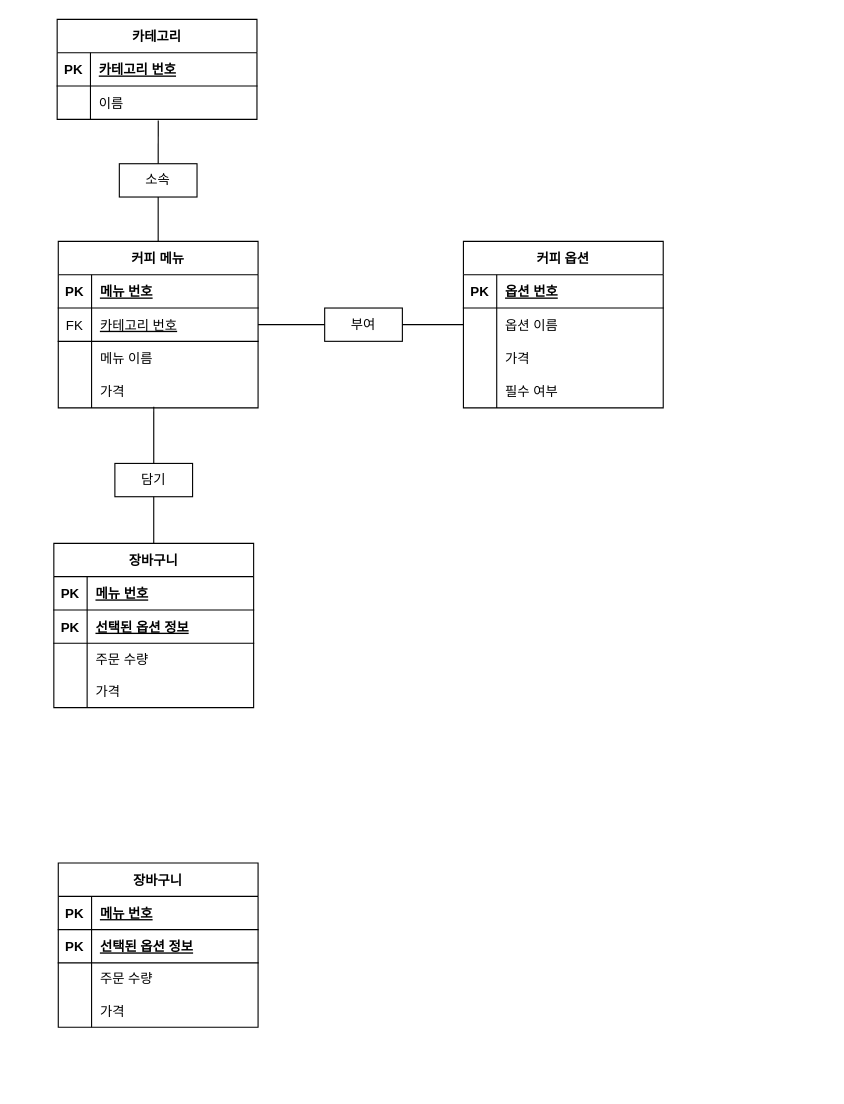
This is physical_ERD.drawio from jdohun/22-1Database, a draw.io file, before an edit. Source tidied: cells renumbered, new cells numbered last; positions are measured from the earlier drawing's top-left corner, leaving out a move shared by most shapes. Both pictures are drawn from the tidied source at 111%, with x=0, y=0 at pixel (53, 19).
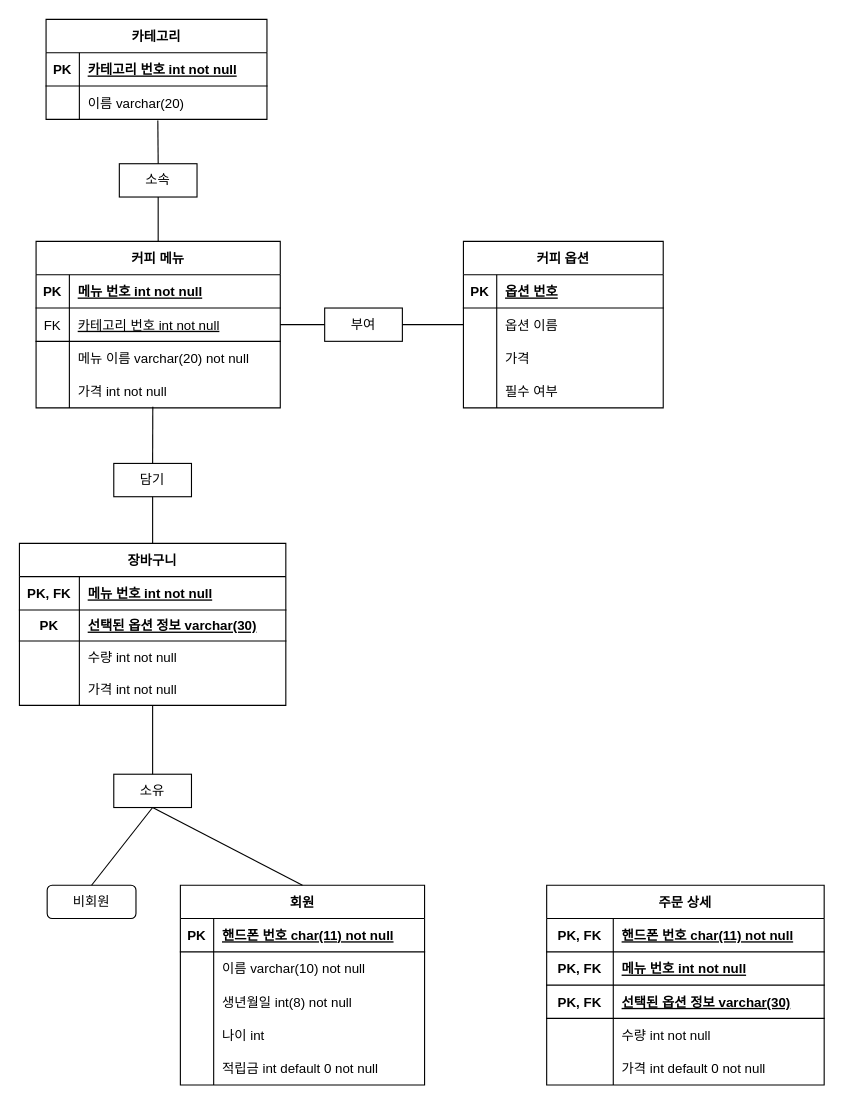
Above is the later version.

Diff of the diagram source:
```diff
@@
     <mxCell id="2" value="카테고리" style="shape=table;startSize=30;childLayout=tableLayout;rowLines=0;fontStyle=1;align=center;" parent="1" vertex="1">
-      <mxGeometry x="3" width="180" height="90" as="geometry" />
+      <mxGeometry x="-7" width="199" height="90" as="geometry" />
     </mxCell>
     <mxCell id="3" style="shape=tableRow;horizontal=0;startSize=0;swimlaneHead=0;swimlaneBody=0;fillColor=none;top=0;left=0;right=0;bottom=1;" parent="2" vertex="1">
-      <mxGeometry y="30" width="180" height="30" as="geometry" />
+      <mxGeometry y="30" width="199" height="30" as="geometry" />
     </mxCell>
@@
-    <mxCell id="5" value="카테고리 번호" style="shape=partialRectangle;fillColor=none;top=0;left=0;bottom=0;right=0;align=left;spacingLeft=6;fontStyle=5;overflow=hidden;" parent="3" vertex="1">
-      <mxGeometry x="30" width="150" height="30" as="geometry" />
+    <mxCell id="5" value="카테고리 번호 int not null" style="shape=partialRectangle;fillColor=none;top=0;left=0;bottom=0;right=0;align=left;spacingLeft=6;fontStyle=5;overflow=hidden;" parent="3" vertex="1">
+      <mxGeometry x="30" width="169" height="30" as="geometry" />
     </mxCell>
     <mxCell id="6" style="shape=tableRow;horizontal=0;startSize=0;swimlaneHead=0;swimlaneBody=0;fillColor=none;points=[[0,0.5],[1,0.5]];portConstraint=eastwest;top=0;left=0;right=0;bottom=0;" parent="2" vertex="1">
-      <mxGeometry y="60" width="180" height="30" as="geometry" />
+      <mxGeometry y="60" width="199" height="30" as="geometry" />
     </mxCell>
@@
-    <mxCell id="8" value="이름" style="shape=partialRectangle;fillColor=none;top=0;left=0;bottom=0;right=0;align=left;spacingLeft=6;overflow=hidden;" parent="6" vertex="1">
-      <mxGeometry x="30" width="150" height="30" as="geometry" />
+    <mxCell id="8" value="이름 varchar(20)" style="shape=partialRectangle;fillColor=none;top=0;left=0;bottom=0;right=0;align=left;spacingLeft=6;overflow=hidden;" parent="6" vertex="1">
+      <mxGeometry x="30" width="169" height="30" as="geometry" />
     </mxCell>
     <mxCell id="9" value="커피 메뉴" style="shape=table;startSize=30;childLayout=tableLayout;rowLines=0;fontStyle=1;align=center;" parent="1" vertex="1">
-      <mxGeometry x="4" y="200" width="180" height="150" as="geometry" />
+      <mxGeometry x="-16" y="200" width="220" height="150" as="geometry" />
     </mxCell>
     <mxCell id="10" style="shape=tableRow;horizontal=0;startSize=0;swimlaneHead=0;swimlaneBody=0;fillColor=none;top=0;left=0;right=0;bottom=1;" parent="9" vertex="1">
-      <mxGeometry y="30" width="180" height="30" as="geometry" />
+      <mxGeometry y="30" width="220" height="30" as="geometry" />
     </mxCell>
@@
-    <mxCell id="12" value="메뉴 번호" style="shape=partialRectangle;fillColor=none;top=0;left=0;bottom=0;right=0;align=left;spacingLeft=6;fontStyle=5;overflow=hidden;" parent="10" vertex="1">
-      <mxGeometry x="30" width="150" height="30" as="geometry" />
+    <mxCell id="12" value="메뉴 번호 int not null" style="shape=partialRectangle;fillColor=none;top=0;left=0;bottom=0;right=0;align=left;spacingLeft=6;fontStyle=5;overflow=hidden;" parent="10" vertex="1">
+      <mxGeometry x="30" width="190" height="30" as="geometry" />
     </mxCell>
     <mxCell id="13" style="shape=tableRow;horizontal=0;startSize=0;swimlaneHead=0;swimlaneBody=0;fillColor=none;points=[[0,0.5],[1,0.5]];portConstraint=eastwest;top=0;left=0;right=0;bottom=1;" parent="9" vertex="1">
-      <mxGeometry y="60" width="180" height="30" as="geometry" />
+      <mxGeometry y="60" width="220" height="30" as="geometry" />
     </mxCell>
@@
-    <mxCell id="15" value="카테고리 번호" style="shape=partialRectangle;fillColor=none;top=0;left=0;bottom=0;right=0;align=left;spacingLeft=6;fontStyle=4;overflow=hidden;" parent="13" vertex="1">
-      <mxGeometry x="30" width="150" height="30" as="geometry" />
+    <mxCell id="15" value="카테고리 번호 int not null" style="shape=partialRectangle;fillColor=none;top=0;left=0;bottom=0;right=0;align=left;spacingLeft=6;fontStyle=4;overflow=hidden;" parent="13" vertex="1">
+      <mxGeometry x="30" width="190" height="30" as="geometry" />
     </mxCell>
     <mxCell id="16" style="shape=tableRow;horizontal=0;startSize=0;swimlaneHead=0;swimlaneBody=0;fillColor=none;top=0;left=0;right=0;bottom=0;" parent="9" vertex="1">
-      <mxGeometry y="90" width="180" height="30" as="geometry" />
+      <mxGeometry y="90" width="220" height="30" as="geometry" />
     </mxCell>
@@
-    <mxCell id="18" value="메뉴 이름" style="shape=partialRectangle;fillColor=none;top=0;left=0;bottom=0;right=0;align=left;spacingLeft=6;overflow=hidden;" parent="16" vertex="1">
-      <mxGeometry x="30" width="150" height="30" as="geometry" />
+    <mxCell id="18" value="메뉴 이름 varchar(20) not null" style="shape=partialRectangle;fillColor=none;top=0;left=0;bottom=0;right=0;align=left;spacingLeft=6;overflow=hidden;" parent="16" vertex="1">
+      <mxGeometry x="30" width="190" height="30" as="geometry" />
     </mxCell>
     <mxCell id="19" style="shape=tableRow;horizontal=0;startSize=0;swimlaneHead=0;swimlaneBody=0;fillColor=none;points=[[0,0.5],[1,0.5]];portConstraint=eastwest;top=0;left=0;right=0;bottom=0;" parent="9" vertex="1">
-      <mxGeometry y="120" width="180" height="30" as="geometry" />
+      <mxGeometry y="120" width="220" height="30" as="geometry" />
     </mxCell>
@@
-    <mxCell id="21" value="가격" style="shape=partialRectangle;fillColor=none;top=0;left=0;bottom=0;right=0;align=left;spacingLeft=6;overflow=hidden;" parent="19" vertex="1">
-      <mxGeometry x="30" width="150" height="30" as="geometry" />
+    <mxCell id="21" value="가격 int not null" style="shape=partialRectangle;fillColor=none;top=0;left=0;bottom=0;right=0;align=left;spacingLeft=6;overflow=hidden;" parent="19" vertex="1">
+      <mxGeometry x="30" width="190" height="30" as="geometry" />
     </mxCell>
@@
     <mxCell id="38" value="장바구니" style="shape=table;startSize=30;childLayout=tableLayout;rowLines=0;fontStyle=1;align=center;" parent="1" vertex="1">
-      <mxGeometry y="472" width="180" height="148" as="geometry" />
+      <mxGeometry x="-31" y="472" width="240" height="146" as="geometry" />
     </mxCell>
     <mxCell id="39" style="shape=tableRow;horizontal=0;startSize=0;swimlaneHead=0;swimlaneBody=0;fillColor=none;top=0;left=0;right=0;bottom=1;" parent="38" vertex="1">
-      <mxGeometry y="30" width="180" height="30" as="geometry" />
+      <mxGeometry y="30" width="240" height="30" as="geometry" />
     </mxCell>
-    <mxCell id="40" value="PK" style="shape=partialRectangle;fillColor=none;top=0;left=0;bottom=0;right=0;fontStyle=1;overflow=hidden;" parent="39" vertex="1">
-      <mxGeometry width="30" height="30" as="geometry" />
+    <mxCell id="40" value="PK, FK" style="shape=partialRectangle;fillColor=none;top=0;left=0;bottom=0;right=0;fontStyle=1;overflow=hidden;" parent="39" vertex="1">
+      <mxGeometry width="54" height="30" as="geometry" />
     </mxCell>
-    <mxCell id="41" value="메뉴 번호" style="shape=partialRectangle;fillColor=none;top=0;left=0;bottom=0;right=0;align=left;spacingLeft=6;fontStyle=5;overflow=hidden;" parent="39" vertex="1">
-      <mxGeometry x="30" width="150" height="30" as="geometry" />
+    <mxCell id="41" value="메뉴 번호 int not null" style="shape=partialRectangle;fillColor=none;top=0;left=0;bottom=0;right=0;align=left;spacingLeft=6;fontStyle=5;overflow=hidden;" parent="39" vertex="1">
+      <mxGeometry x="54" width="186" height="30" as="geometry" />
     </mxCell>
     <mxCell id="42" style="shape=tableRow;horizontal=0;startSize=0;swimlaneHead=0;swimlaneBody=0;fillColor=none;top=0;left=0;right=0;bottom=1;" parent="38" vertex="1">
-      <mxGeometry y="60" width="180" height="30" as="geometry" />
+      <mxGeometry y="60" width="240" height="28" as="geometry" />
     </mxCell>
     <mxCell id="43" value="PK" style="shape=partialRectangle;fillColor=none;top=0;left=0;bottom=0;right=0;fontStyle=1;overflow=hidden;" parent="42" vertex="1">
-      <mxGeometry width="30" height="30" as="geometry" />
+      <mxGeometry width="54" height="28" as="geometry" />
     </mxCell>
-    <mxCell id="44" value="선택된 옵션 정보" style="shape=partialRectangle;fillColor=none;top=0;left=0;bottom=0;right=0;align=left;spacingLeft=6;fontStyle=5;overflow=hidden;" parent="42" vertex="1">
-      <mxGeometry x="30" width="150" height="30" as="geometry" />
+    <mxCell id="44" value="선택된 옵션 정보 varchar(30)" style="shape=partialRectangle;fillColor=none;top=0;left=0;bottom=0;right=0;align=left;spacingLeft=6;fontStyle=5;overflow=hidden;" parent="42" vertex="1">
+      <mxGeometry x="54" width="186" height="28" as="geometry" />
     </mxCell>
     <mxCell id="45" style="shape=tableRow;horizontal=0;startSize=0;swimlaneHead=0;swimlaneBody=0;fillColor=none;top=0;left=0;right=0;bottom=0;" parent="38" vertex="1">
-      <mxGeometry y="90" width="180" height="28" as="geometry" />
+      <mxGeometry y="88" width="240" height="28" as="geometry" />
     </mxCell>
     <mxCell id="46" style="shape=partialRectangle;fillColor=none;top=0;left=0;bottom=0;right=0;overflow=hidden;" parent="45" vertex="1">
-      <mxGeometry width="30" height="28" as="geometry" />
+      <mxGeometry width="54" height="28" as="geometry" />
     </mxCell>
-    <mxCell id="47" value="주문 수량" style="shape=partialRectangle;fillColor=none;top=0;left=0;bottom=0;right=0;align=left;spacingLeft=6;overflow=hidden;" parent="45" vertex="1">
-      <mxGeometry x="30" width="150" height="28" as="geometry" />
+    <mxCell id="47" value="수량 int not null" style="shape=partialRectangle;fillColor=none;top=0;left=0;bottom=0;right=0;align=left;spacingLeft=6;overflow=hidden;" parent="45" vertex="1">
+      <mxGeometry x="54" width="186" height="28" as="geometry" />
     </mxCell>
     <mxCell id="48" style="shape=tableRow;horizontal=0;startSize=0;swimlaneHead=0;swimlaneBody=0;fillColor=none;points=[[0,0.5],[1,0.5]];portConstraint=eastwest;top=0;left=0;right=0;bottom=0;" parent="38" vertex="1">
-      <mxGeometry y="118" width="180" height="30" as="geometry" />
+      <mxGeometry y="116" width="240" height="30" as="geometry" />
     </mxCell>
     <mxCell id="49" style="shape=partialRectangle;fillColor=none;top=0;left=0;bottom=0;right=0;overflow=hidden;" parent="48" vertex="1">
-      <mxGeometry width="30" height="30" as="geometry" />
+      <mxGeometry width="54" height="30" as="geometry" />
     </mxCell>
-    <mxCell id="50" value="가격" style="shape=partialRectangle;fillColor=none;top=0;left=0;bottom=0;right=0;align=left;spacingLeft=6;overflow=hidden;" parent="48" vertex="1">
-      <mxGeometry x="30" width="150" height="30" as="geometry" />
+    <mxCell id="50" value="가격 int not null" style="shape=partialRectangle;fillColor=none;top=0;left=0;bottom=0;right=0;align=left;spacingLeft=6;overflow=hidden;" parent="48" vertex="1">
+      <mxGeometry x="54" width="186" height="30" as="geometry" />
     </mxCell>
     <mxCell id="51" value="담기" style="rounded=0;whiteSpace=wrap;html=1;" parent="1" vertex="1">
-      <mxGeometry x="55" y="400" width="70" height="30" as="geometry" />
+      <mxGeometry x="54" y="400" width="70" height="30" as="geometry" />
     </mxCell>
@@
-    <mxCell id="57" value="장바구니" style="shape=table;startSize=30;childLayout=tableLayout;rowLines=0;fontStyle=1;align=center;" parent="1" vertex="1">
-      <mxGeometry x="4" y="760" width="180" height="148" as="geometry" />
-    </mxCell>
-    <mxCell id="58" style="shape=tableRow;horizontal=0;startSize=0;swimlaneHead=0;swimlaneBody=0;fillColor=none;top=0;left=0;right=0;bottom=1;" parent="57" vertex="1">
-      <mxGeometry y="30" width="180" height="30" as="geometry" />
-    </mxCell>
-    <mxCell id="59" value="PK" style="shape=partialRectangle;fillColor=none;top=0;left=0;bottom=0;right=0;fontStyle=1;overflow=hidden;" parent="58" vertex="1">
-      <mxGeometry width="30" height="30" as="geometry" />
-    </mxCell>
-    <mxCell id="60" value="메뉴 번호" style="shape=partialRectangle;fillColor=none;top=0;left=0;bottom=0;right=0;align=left;spacingLeft=6;fontStyle=5;overflow=hidden;" parent="58" vertex="1">
-      <mxGeometry x="30" width="150" height="30" as="geometry" />
-    </mxCell>
-    <mxCell id="61" style="shape=tableRow;horizontal=0;startSize=0;swimlaneHead=0;swimlaneBody=0;fillColor=none;top=0;left=0;right=0;bottom=1;" parent="57" vertex="1">
-      <mxGeometry y="60" width="180" height="30" as="geometry" />
-    </mxCell>
-    <mxCell id="62" value="PK" style="shape=partialRectangle;fillColor=none;top=0;left=0;bottom=0;right=0;fontStyle=1;overflow=hidden;" parent="61" vertex="1">
-      <mxGeometry width="30" height="30" as="geometry" />
-    </mxCell>
-    <mxCell id="63" value="선택된 옵션 정보" style="shape=partialRectangle;fillColor=none;top=0;left=0;bottom=0;right=0;align=left;spacingLeft=6;fontStyle=5;overflow=hidden;" parent="61" vertex="1">
-      <mxGeometry x="30" width="150" height="30" as="geometry" />
-    </mxCell>
-    <mxCell id="64" style="shape=tableRow;horizontal=0;startSize=0;swimlaneHead=0;swimlaneBody=0;fillColor=none;top=0;left=0;right=0;bottom=0;" parent="57" vertex="1">
-      <mxGeometry y="90" width="180" height="28" as="geometry" />
-    </mxCell>
-    <mxCell id="65" style="shape=partialRectangle;fillColor=none;top=0;left=0;bottom=0;right=0;overflow=hidden;" parent="64" vertex="1">
-      <mxGeometry width="30" height="28" as="geometry" />
-    </mxCell>
-    <mxCell id="66" value="주문 수량" style="shape=partialRectangle;fillColor=none;top=0;left=0;bottom=0;right=0;align=left;spacingLeft=6;overflow=hidden;" parent="64" vertex="1">
-      <mxGeometry x="30" width="150" height="28" as="geometry" />
-    </mxCell>
-    <mxCell id="67" style="shape=tableRow;horizontal=0;startSize=0;swimlaneHead=0;swimlaneBody=0;fillColor=none;top=0;left=0;right=0;bottom=0;" parent="57" vertex="1">
-      <mxGeometry y="118" width="180" height="30" as="geometry" />
-    </mxCell>
-    <mxCell id="68" style="shape=partialRectangle;fillColor=none;top=0;left=0;bottom=0;right=0;overflow=hidden;" parent="67" vertex="1">
-      <mxGeometry width="30" height="30" as="geometry" />
-    </mxCell>
-    <mxCell id="69" value="가격" style="shape=partialRectangle;fillColor=none;top=0;left=0;bottom=0;right=0;align=left;spacingLeft=6;overflow=hidden;" parent="67" vertex="1">
-      <mxGeometry x="30" width="150" height="30" as="geometry" />
-    </mxCell>
+    <mxCell id="70" value="소유" style="rounded=0;whiteSpace=wrap;html=1;" parent="1" vertex="1">
+      <mxGeometry x="54" y="680" width="70" height="30" as="geometry" />
+    </mxCell>
+    <mxCell id="71" value="비회원" style="rounded=1;whiteSpace=wrap;html=1;" parent="1" vertex="1">
+      <mxGeometry x="-6" y="780" width="80" height="30" as="geometry" />
+    </mxCell>
+    <mxCell id="72" style="endArrow=none;html=1;rounded=0;exitX=0.5;exitY=0;exitDx=0;exitDy=0;entryX=0.5;entryY=1;entryDx=0;entryDy=0;entryPerimeter=0;" parent="1" edge="1" source="70" target="48">
+      <mxGeometry relative="1" as="geometry" />
+    </mxCell>
+    <mxCell id="73" value="회원" style="shape=table;startSize=30;childLayout=tableLayout;rowLines=0;fontStyle=1;align=center;" parent="1" vertex="1">
+      <mxGeometry x="114" y="780" width="220" height="180" as="geometry" />
+    </mxCell>
+    <mxCell id="74" style="shape=tableRow;horizontal=0;startSize=0;swimlaneHead=0;swimlaneBody=0;fillColor=none;top=0;left=0;right=0;bottom=1;" parent="73" vertex="1">
+      <mxGeometry y="30" width="220" height="30" as="geometry" />
+    </mxCell>
+    <mxCell id="75" value="PK" style="shape=partialRectangle;fillColor=none;top=0;left=0;bottom=0;right=0;fontStyle=1;overflow=hidden;" parent="74" vertex="1">
+      <mxGeometry width="30" height="30" as="geometry" />
+    </mxCell>
+    <mxCell id="76" value="핸드폰 번호 char(11) not null" style="shape=partialRectangle;fillColor=none;top=0;left=0;bottom=0;right=0;align=left;spacingLeft=6;fontStyle=5;overflow=hidden;" parent="74" vertex="1">
+      <mxGeometry x="30" width="190" height="30" as="geometry" />
+    </mxCell>
+    <mxCell id="77" style="shape=tableRow;horizontal=0;startSize=0;swimlaneHead=0;swimlaneBody=0;fillColor=none;top=0;left=0;right=0;bottom=0;" parent="73" vertex="1">
+      <mxGeometry y="60" width="220" height="30" as="geometry" />
+    </mxCell>
+    <mxCell id="78" style="shape=partialRectangle;fillColor=none;top=0;left=0;bottom=0;right=0;overflow=hidden;" parent="77" vertex="1">
+      <mxGeometry width="30" height="30" as="geometry" />
+    </mxCell>
+    <mxCell id="79" value="이름 varchar(10) not null" style="shape=partialRectangle;fillColor=none;top=0;left=0;bottom=0;right=0;align=left;spacingLeft=6;overflow=hidden;" parent="77" vertex="1">
+      <mxGeometry x="30" width="190" height="30" as="geometry" />
+    </mxCell>
+    <mxCell id="80" style="shape=tableRow;horizontal=0;startSize=0;swimlaneHead=0;swimlaneBody=0;fillColor=none;top=0;left=0;right=0;bottom=0;" parent="73" vertex="1">
+      <mxGeometry y="90" width="220" height="30" as="geometry" />
+    </mxCell>
+    <mxCell id="81" style="shape=partialRectangle;fillColor=none;top=0;left=0;bottom=0;right=0;overflow=hidden;" parent="80" vertex="1">
+      <mxGeometry width="30" height="30" as="geometry" />
+    </mxCell>
+    <mxCell id="82" value="생년월일 int(8) not null" style="shape=partialRectangle;fillColor=none;top=0;left=0;bottom=0;right=0;align=left;spacingLeft=6;overflow=hidden;" parent="80" vertex="1">
+      <mxGeometry x="30" width="190" height="30" as="geometry" />
+    </mxCell>
+    <mxCell id="83" style="shape=tableRow;horizontal=0;startSize=0;swimlaneHead=0;swimlaneBody=0;fillColor=none;top=0;left=0;right=0;bottom=0;" parent="73" vertex="1">
+      <mxGeometry y="120" width="220" height="30" as="geometry" />
+    </mxCell>
+    <mxCell id="84" style="shape=partialRectangle;fillColor=none;top=0;left=0;bottom=0;right=0;overflow=hidden;" parent="83" vertex="1">
+      <mxGeometry width="30" height="30" as="geometry" />
+    </mxCell>
+    <mxCell id="85" value="나이 int" style="shape=partialRectangle;fillColor=none;top=0;left=0;bottom=0;right=0;align=left;spacingLeft=6;overflow=hidden;" parent="83" vertex="1">
+      <mxGeometry x="30" width="190" height="30" as="geometry" />
+    </mxCell>
+    <mxCell id="86" style="shape=tableRow;horizontal=0;startSize=0;swimlaneHead=0;swimlaneBody=0;fillColor=none;top=0;left=0;right=0;bottom=0;" parent="73" vertex="1">
+      <mxGeometry y="150" width="220" height="30" as="geometry" />
+    </mxCell>
+    <mxCell id="87" style="shape=partialRectangle;fillColor=none;top=0;left=0;bottom=0;right=0;overflow=hidden;" parent="86" vertex="1">
+      <mxGeometry width="30" height="30" as="geometry" />
+    </mxCell>
+    <mxCell id="88" value="적립금 int default 0 not null" style="shape=partialRectangle;fillColor=none;top=0;left=0;bottom=0;right=0;align=left;spacingLeft=6;overflow=hidden;" parent="86" vertex="1">
+      <mxGeometry x="30" width="190" height="30" as="geometry" />
+    </mxCell>
+    <mxCell id="89" style="endArrow=none;html=1;rounded=0;exitX=0.5;exitY=0;exitDx=0;exitDy=0;entryX=0.5;entryY=1;entryDx=0;entryDy=0;" parent="1" edge="1" source="71" target="70">
+      <mxGeometry relative="1" as="geometry" />
+    </mxCell>
+    <mxCell id="90" style="endArrow=none;html=1;rounded=0;exitX=0.5;exitY=0;exitDx=0;exitDy=0;entryX=0.5;entryY=1;entryDx=0;entryDy=0;" parent="1" edge="1" source="73" target="70">
+      <mxGeometry relative="1" as="geometry" />
+    </mxCell>
+    <mxCell id="91" value="주문 상세" style="shape=table;startSize=30;childLayout=tableLayout;rowLines=0;fontStyle=1;align=center;" parent="1" vertex="1">
+      <mxGeometry x="444" y="780" width="250" height="180" as="geometry" />
+    </mxCell>
+    <mxCell id="92" style="shape=tableRow;horizontal=0;startSize=0;swimlaneHead=0;swimlaneBody=0;fillColor=none;top=0;left=0;right=0;bottom=1;" parent="91" vertex="1">
+      <mxGeometry y="30" width="250" height="30" as="geometry" />
+    </mxCell>
+    <mxCell id="93" value="PK, FK" style="shape=partialRectangle;fillColor=none;top=0;left=0;bottom=0;right=0;fontStyle=1;overflow=hidden;" parent="92" vertex="1">
+      <mxGeometry width="60" height="30" as="geometry" />
+    </mxCell>
+    <mxCell id="94" value="핸드폰 번호 char(11) not null" style="shape=partialRectangle;fillColor=none;top=0;left=0;bottom=0;right=0;align=left;spacingLeft=6;fontStyle=5;overflow=hidden;" parent="92" vertex="1">
+      <mxGeometry x="60" width="190" height="30" as="geometry" />
+    </mxCell>
+    <mxCell id="95" style="shape=tableRow;horizontal=0;startSize=0;swimlaneHead=0;swimlaneBody=0;fillColor=none;top=0;left=0;right=0;bottom=1;" parent="91" vertex="1">
+      <mxGeometry y="60" width="250" height="30" as="geometry" />
+    </mxCell>
+    <mxCell id="96" value="PK, FK" style="shape=partialRectangle;fillColor=none;top=0;left=0;bottom=0;right=0;fontStyle=1;overflow=hidden;" parent="95" vertex="1">
+      <mxGeometry width="60" height="30" as="geometry" />
+    </mxCell>
+    <mxCell id="97" value="메뉴 번호 int not null" style="shape=partialRectangle;fillColor=none;top=0;left=0;bottom=0;right=0;align=left;spacingLeft=6;fontStyle=5;overflow=hidden;" parent="95" vertex="1">
+      <mxGeometry x="60" width="190" height="30" as="geometry" />
+    </mxCell>
+    <mxCell id="98" style="shape=tableRow;horizontal=0;startSize=0;swimlaneHead=0;swimlaneBody=0;fillColor=none;top=0;left=0;right=0;bottom=1;" parent="91" vertex="1">
+      <mxGeometry y="90" width="250" height="30" as="geometry" />
+    </mxCell>
+    <mxCell id="99" value="PK, FK" style="shape=partialRectangle;fillColor=none;top=0;left=0;bottom=0;right=0;fontStyle=1;overflow=hidden;" parent="98" vertex="1">
+      <mxGeometry width="60" height="30" as="geometry" />
+    </mxCell>
+    <mxCell id="100" value="선택된 옵션 정보 varchar(30)" style="shape=partialRectangle;fillColor=none;top=0;left=0;bottom=0;right=0;align=left;spacingLeft=6;fontStyle=5;overflow=hidden;" parent="98" vertex="1">
+      <mxGeometry x="60" width="190" height="30" as="geometry" />
+    </mxCell>
+    <mxCell id="101" style="shape=tableRow;horizontal=0;startSize=0;swimlaneHead=0;swimlaneBody=0;fillColor=none;top=0;left=0;right=0;bottom=0;" parent="91" vertex="1">
+      <mxGeometry y="120" width="250" height="30" as="geometry" />
+    </mxCell>
+    <mxCell id="102" style="shape=partialRectangle;fillColor=none;top=0;left=0;bottom=0;right=0;overflow=hidden;" parent="101" vertex="1">
+      <mxGeometry width="60" height="30" as="geometry" />
+    </mxCell>
+    <mxCell id="103" value="수량 int not null" style="shape=partialRectangle;fillColor=none;top=0;left=0;bottom=0;right=0;align=left;spacingLeft=6;overflow=hidden;" parent="101" vertex="1">
+      <mxGeometry x="60" width="190" height="30" as="geometry" />
+    </mxCell>
+    <mxCell id="104" style="shape=tableRow;horizontal=0;startSize=0;swimlaneHead=0;swimlaneBody=0;fillColor=none;top=0;left=0;right=0;bottom=0;" parent="91" vertex="1">
+      <mxGeometry y="150" width="250" height="30" as="geometry" />
+    </mxCell>
+    <mxCell id="105" style="shape=partialRectangle;fillColor=none;top=0;left=0;bottom=0;right=0;overflow=hidden;" parent="104" vertex="1">
+      <mxGeometry width="60" height="30" as="geometry" />
+    </mxCell>
+    <mxCell id="106" value="가격 int default 0 not null" style="shape=partialRectangle;fillColor=none;top=0;left=0;bottom=0;right=0;align=left;spacingLeft=6;overflow=hidden;" parent="104" vertex="1">
+      <mxGeometry x="60" width="190" height="30" as="geometry" />
+    </mxCell>
```
